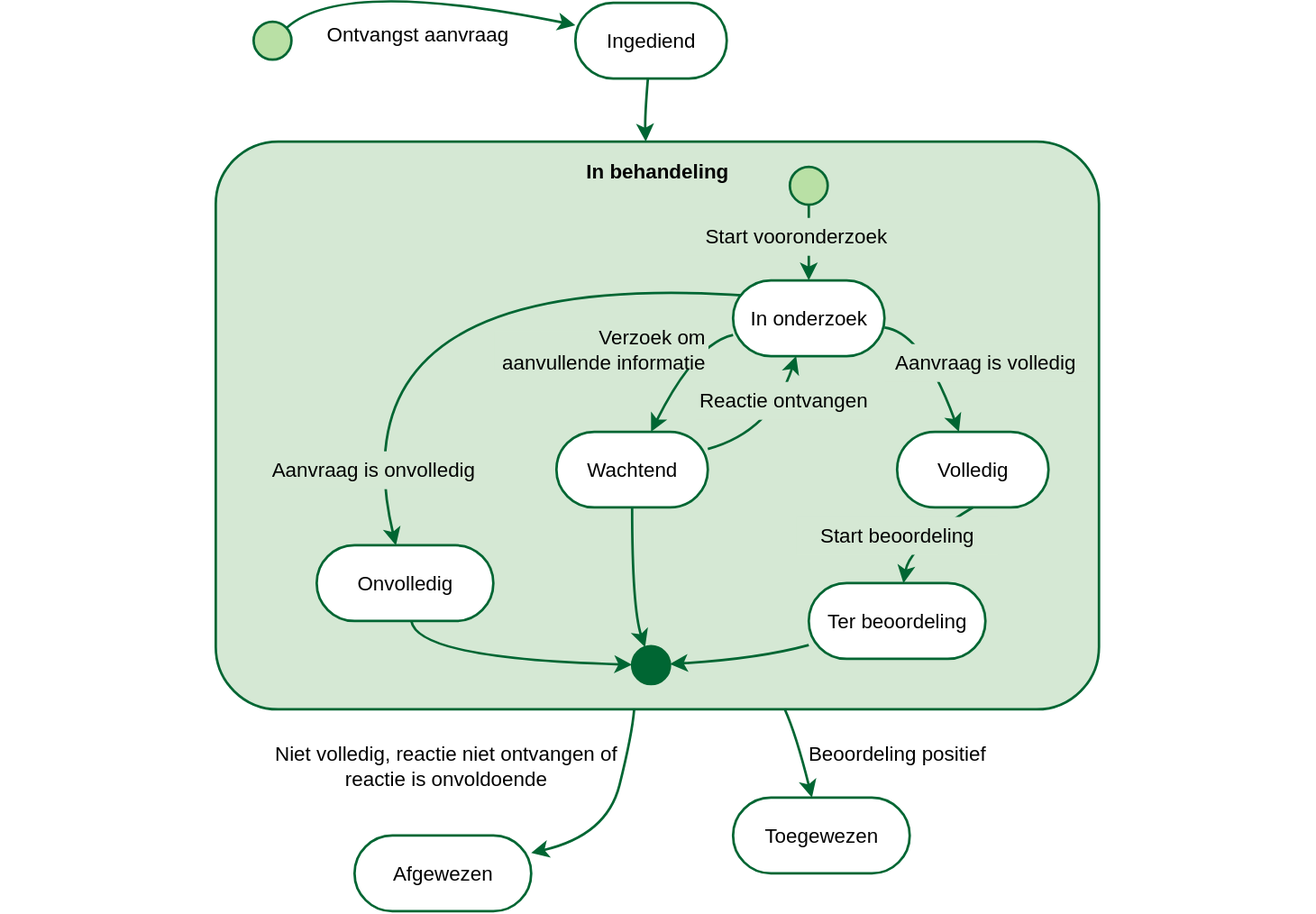
Earlier version of the draw.io export docs/proces/uc-aanvragen-state.drawio.svg (Health-RI/data-station-specification). Source tidied: cells renumbered, new cells last; positions are measured from the earlier drawing's top-left corner, leaving out a move shared by most shapes.
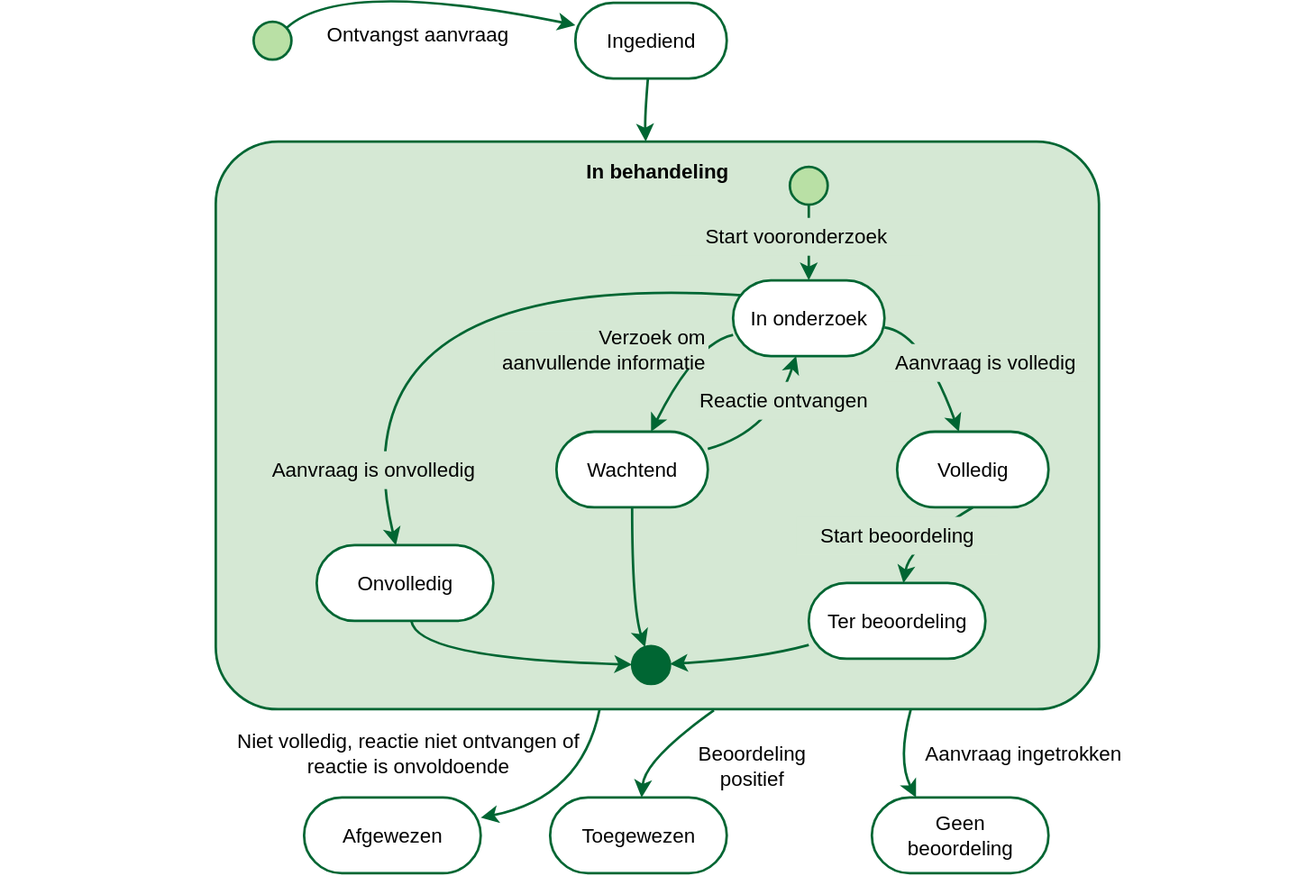
After the change.

Change to the diagram source:
```diff
@@ -133,34 +133,46 @@
       </mxGeometry>
     </mxCell>
     <mxCell id="30" value="Afgewezen" style="rounded=1;whiteSpace=wrap;html=1;fontSize=16;arcSize=50;strokeWidth=1.9685;spacingLeft=11.811;spacingRight=11.811;strokeColor=#006633;fontFamily=Arial;" parent="1" vertex="1">
-      <mxGeometry x="281" y="680" width="140" height="60" as="geometry" />
+      <mxGeometry x="241" y="650" width="140" height="60" as="geometry" />
     </mxCell>
     <mxCell id="31" value="Niet volledig, reactie niet ontvangen of reactie is onvoldoende" style="text;html=1;whiteSpace=wrap;strokeColor=none;fillColor=none;align=center;verticalAlign=middle;rounded=0;fontSize=16;" parent="1" vertex="1">
-      <mxGeometry x="201" y="600" width="305" height="50" as="geometry" />
+      <mxGeometry x="171" y="590" width="305" height="50" as="geometry" />
     </mxCell>
     <mxCell id="32" style="endArrow=classic;html=1;rounded=0;fontSize=12;startSize=8;endSize=8;curved=1;strokeWidth=1.9685;strokeColor=#006633;" parent="1" edge="1" source="6" target="30">
       <mxGeometry relative="1" as="geometry">
         <Array as="points">
-          <mxPoint x="501" y="600" />
-          <mxPoint x="481" y="680" />
+          <mxPoint x="461" y="650" />
         </Array>
       </mxGeometry>
     </mxCell>
     <mxCell id="33" value="Toegewezen" style="rounded=1;whiteSpace=wrap;html=1;fontSize=16;arcSize=50;strokeWidth=1.9685;spacingLeft=11.811;spacingRight=11.811;strokeColor=#006633;fontFamily=Arial;" parent="1" vertex="1">
-      <mxGeometry x="581" y="650" width="140" height="60" as="geometry" />
+      <mxGeometry x="436" y="650" width="140" height="60" as="geometry" />
     </mxCell>
-    <mxCell id="34" style="endArrow=classic;html=1;rounded=0;fontSize=12;startSize=8;endSize=8;curved=1;strokeWidth=1.9685;strokeColor=#006633;" parent="1" edge="1" source="6" target="33">
+    <mxCell id="34" style="endArrow=classic;html=1;rounded=0;fontSize=12;startSize=8;endSize=8;curved=1;strokeWidth=1.9685;strokeColor=#006633;exitX=0.564;exitY=1.002;exitDx=0;exitDy=0;exitPerimeter=0;" parent="1" edge="1" source="6" target="33">
       <mxGeometry relative="1" as="geometry">
         <Array as="points">
-          <mxPoint x="631" y="600" />
+          <mxPoint x="511" y="620" />
         </Array>
       </mxGeometry>
     </mxCell>
-    <mxCell id="35" value="Beoordeling positief" style="text;html=1;whiteSpace=wrap;strokeColor=none;fillColor=none;align=center;verticalAlign=middle;rounded=0;fontSize=16;" parent="1" vertex="1">
-      <mxGeometry x="631" y="600" width="160" height="30" as="geometry" />
+    <mxCell id="35" value="Beoordeling&lt;br&gt;positief" style="text;html=1;whiteSpace=wrap;strokeColor=none;fillColor=none;align=center;verticalAlign=middle;rounded=0;fontSize=16;" parent="1" vertex="1">
+      <mxGeometry x="516" y="610" width="160" height="30" as="geometry" />
     </mxCell>
     <mxCell id="36" style="rounded=0;whiteSpace=wrap;html=1;fillColor=none;strokeColor=none;" parent="1" vertex="1">
       <mxGeometry x="-0.4" y="427" width="1042.8" height="60" as="geometry" />
     </mxCell>
+    <mxCell id="37" value="Aanvraag ingetrokken" style="text;html=1;whiteSpace=wrap;strokeColor=none;fillColor=none;align=center;verticalAlign=middle;rounded=0;fontSize=16;" parent="1" vertex="1">
+      <mxGeometry x="731" y="600" width="160" height="30" as="geometry" />
+    </mxCell>
+    <mxCell id="38" value="Geen beoordeling" style="rounded=1;whiteSpace=wrap;html=1;fontSize=16;arcSize=50;strokeWidth=1.9685;spacingLeft=11.811;spacingRight=11.811;strokeColor=#006633;fontFamily=Arial;" parent="1" vertex="1">
+      <mxGeometry x="691" y="650" width="140" height="60" as="geometry" />
+    </mxCell>
+    <mxCell id="39" style="endArrow=classic;html=1;rounded=0;fontSize=12;startSize=8;endSize=8;curved=1;strokeWidth=1.9685;strokeColor=#006633;exitX=0.787;exitY=1;exitDx=0;exitDy=0;exitPerimeter=0;entryX=0.25;entryY=0;entryDx=0;entryDy=0;" parent="1" edge="1" source="6" target="38">
+      <mxGeometry relative="1" as="geometry">
+        <Array as="points">
+          <mxPoint x="711" y="620" />
+        </Array>
+      </mxGeometry>
+    </mxCell>
   </root>
 </mxGraphModel>
```
